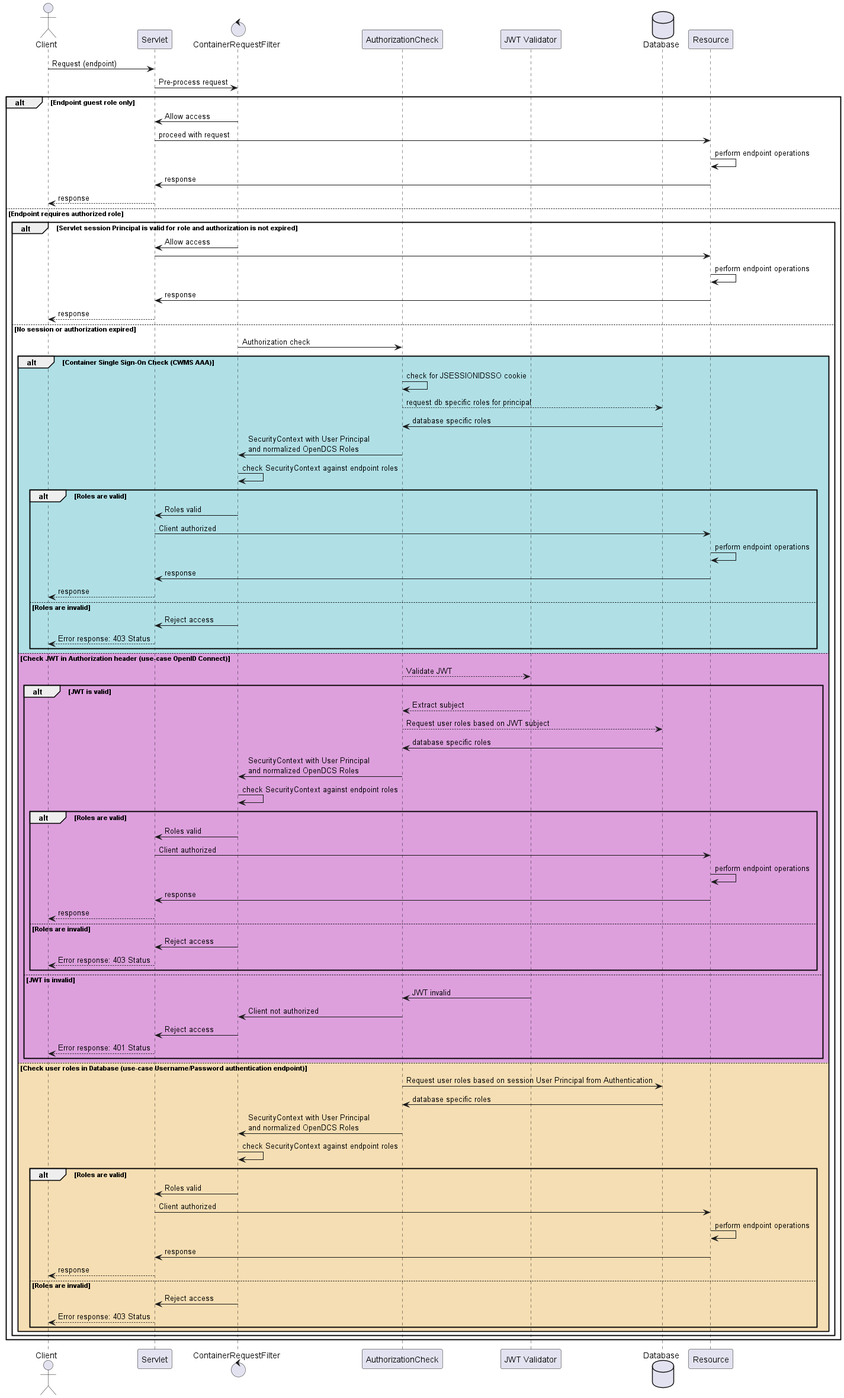
Above: doc-source/authorization/authorization_sequence.png in opendcs/rest_api (PlantUML), before the change. Source of this version:
```plantuml
@startuml
actor Client
participant "Servlet" as Servlet
control "ContainerRequestFilter" as Filter
participant "AuthorizationCheck" as AuthCheck
participant "JWT Validator" as JWT
database "Database" as Database
participant "Resource" as Resource

Client -> Servlet: Request (endpoint)
Servlet -> Filter: Pre-process request

alt Endpoint guest role only
    Filter -> Servlet: Allow access
    Servlet -> Resource: proceed with request
    Resource -> Resource: perform endpoint operations
    Resource -> Servlet: response
    Servlet --> Client: response
else Endpoint requires authorized role
    alt Servlet session Principal is valid for role and authorization is not expired
        Filter -> Servlet: Allow access
        Servlet -> Resource
        Resource -> Resource: perform endpoint operations
        Resource -> Servlet: response
        Servlet --> Client: response

    else No session or authorization expired
        Filter -> AuthCheck: Authorization check
        alt #PowderBlue Container Single Sign-On Check (CWMS AAA)
            AuthCheck -> AuthCheck: check for JSESSIONIDSSO cookie
            AuthCheck --> Database: request db specific roles for principal
            Database -> AuthCheck: database specific roles
            AuthCheck -> Filter: SecurityContext with User Principal\nand normalized OpenDCS Roles
            Filter -> Filter: check SecurityContext against endpoint roles
            alt Roles are valid
                Filter -> Servlet: Roles valid
                Servlet -> Resource: Client authorized
                Resource -> Resource: perform endpoint operations
                Resource -> Servlet: response
                Servlet --> Client: response
            else Roles are invalid
                Filter -> Servlet: Reject access
                Servlet --> Client: Error response: 403 Status
            end
        else #Plum Check JWT in Authorization header (use-case OpenID Connect)
            AuthCheck --> JWT: Validate JWT
            alt JWT is valid
                JWT --> AuthCheck: Extract subject
                AuthCheck --> Database: Request user roles based on JWT subject
                Database -> AuthCheck: database specific roles
                AuthCheck -> Filter: SecurityContext with User Principal\nand normalized OpenDCS Roles
                Filter -> Filter: check SecurityContext against endpoint roles
                alt Roles are valid
                    Filter -> Servlet: Roles valid
                    Servlet -> Resource: Client authorized
                    Resource -> Resource: perform endpoint operations
                    Resource -> Servlet: response
                    Servlet --> Client: response
                else Roles are invalid
                    Filter -> Servlet: Reject access
                    Servlet --> Client: Error response: 403 Status
                end
            else JWT is invalid
                JWT -> AuthCheck: JWT invalid
                AuthCheck -> Filter: Client not authorized
                Filter -> Servlet: Reject access
                Servlet --> Client: Error response: 401 Status
            end
        else #Wheat Check user roles in Database (use-case Username/Password authentication endpoint)
            AuthCheck -> Database: Request user roles based on session User Principal from Authentication
            Database -> AuthCheck: database specific roles
            AuthCheck -> Filter: SecurityContext with User Principal\nand normalized OpenDCS Roles
            Filter -> Filter: check SecurityContext against endpoint roles
            alt Roles are valid
                Filter -> Servlet: Roles valid
                Servlet -> Resource: Client authorized
                Resource -> Resource: perform endpoint operations
                Resource -> Servlet: response
                Servlet --> Client: response
            else Roles are invalid
                Filter -> Servlet: Reject access
                Servlet --> Client: Error response: 403 Status
            end
        end
    end
end

@enduml
```
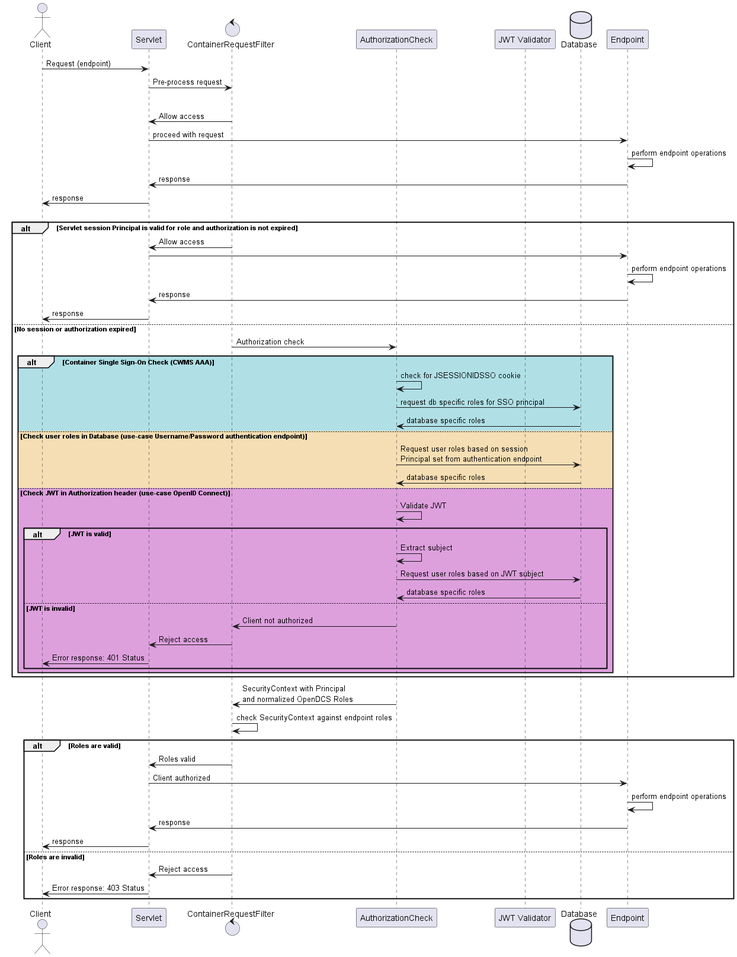
After the change.

Commit message:
update auth doc for clarity

Change to the diagram source:
```diff
@@ -5,7 +5,7 @@
 participant "AuthorizationCheck" as AuthCheck
 participant "JWT Validator" as JWT
 database "Database" as Database
-participant "Resource" as Resource
+participant "Endpoint" as Resource
 
 Client -> Servlet: Request (endpoint)
 Servlet -> Filter: Pre-process request
@@ -15,74 +15,48 @@
     Servlet -> Resource: proceed with request
     Resource -> Resource: perform endpoint operations
     Resource -> Servlet: response
-    Servlet --> Client: response
+    Servlet -> Client: response
 else Endpoint requires authorized role
     alt Servlet session Principal is valid for role and authorization is not expired
         Filter -> Servlet: Allow access
         Servlet -> Resource
         Resource -> Resource: perform endpoint operations
         Resource -> Servlet: response
-        Servlet --> Client: response
+        Servlet -> Client: response
 
     else No session or authorization expired
         Filter -> AuthCheck: Authorization check
         alt #PowderBlue Container Single Sign-On Check (CWMS AAA)
             AuthCheck -> AuthCheck: check for JSESSIONIDSSO cookie
-            AuthCheck --> Database: request db specific roles for principal
+            AuthCheck -> Database: request db specific roles for SSO principal
             Database -> AuthCheck: database specific roles
-            AuthCheck -> Filter: SecurityContext with User Principal\nand normalized OpenDCS Roles
-            Filter -> Filter: check SecurityContext against endpoint roles
-            alt Roles are valid
-                Filter -> Servlet: Roles valid
-                Servlet -> Resource: Client authorized
-                Resource -> Resource: perform endpoint operations
-                Resource -> Servlet: response
-                Servlet --> Client: response
-            else Roles are invalid
-                Filter -> Servlet: Reject access
-                Servlet --> Client: Error response: 403 Status
-            end
+        else #Wheat Check user roles in Database (use-case Username/Password authentication endpoint)
+            AuthCheck -> Database: Request user roles based on session\nPrincipal set from authentication endpoint
+            Database -> AuthCheck: database specific roles
         else #Plum Check JWT in Authorization header (use-case OpenID Connect)
-            AuthCheck --> JWT: Validate JWT
+            AuthCheck -> AuthCheck: Validate JWT
             alt JWT is valid
-                JWT --> AuthCheck: Extract subject
-                AuthCheck --> Database: Request user roles based on JWT subject
+                AuthCheck -> AuthCheck: Extract subject
+                AuthCheck -> Database: Request user roles based on JWT subject
                 Database -> AuthCheck: database specific roles
-                AuthCheck -> Filter: SecurityContext with User Principal\nand normalized OpenDCS Roles
-                Filter -> Filter: check SecurityContext against endpoint roles
-                alt Roles are valid
-                    Filter -> Servlet: Roles valid
-                    Servlet -> Resource: Client authorized
-                    Resource -> Resource: perform endpoint operations
-                    Resource -> Servlet: response
-                    Servlet --> Client: response
-                else Roles are invalid
-                    Filter -> Servlet: Reject access
-                    Servlet --> Client: Error response: 403 Status
-                end
             else JWT is invalid
-                JWT -> AuthCheck: JWT invalid
                 AuthCheck -> Filter: Client not authorized
                 Filter -> Servlet: Reject access
-                Servlet --> Client: Error response: 401 Status
+                Servlet -> Client: Error response: 401 Status
             end
-        else #Wheat Check user roles in Database (use-case Username/Password authentication endpoint)
-            AuthCheck -> Database: Request user roles based on session User Principal from Authentication
-            Database -> AuthCheck: database specific roles
-            AuthCheck -> Filter: SecurityContext with User Principal\nand normalized OpenDCS Roles
-            Filter -> Filter: check SecurityContext against endpoint roles
-            alt Roles are valid
-                Filter -> Servlet: Roles valid
-                Servlet -> Resource: Client authorized
-                Resource -> Resource: perform endpoint operations
-                Resource -> Servlet: response
-                Servlet --> Client: response
-            else Roles are invalid
-                Filter -> Servlet: Reject access
-                Servlet --> Client: Error response: 403 Status
-            end
-        end
     end
+end
+AuthCheck -> Filter: SecurityContext with Principal\nand normalized OpenDCS Roles
+Filter -> Filter: check SecurityContext against endpoint roles
+alt Roles are valid
+    Filter -> Servlet: Roles valid
+    Servlet -> Resource: Client authorized
+    Resource -> Resource: perform endpoint operations
+    Resource -> Servlet: response
+    Servlet -> Client: response
+else Roles are invalid
+    Filter -> Servlet: Reject access
+    Servlet -> Client: Error response: 403 Status
 end
 
 @enduml
```
